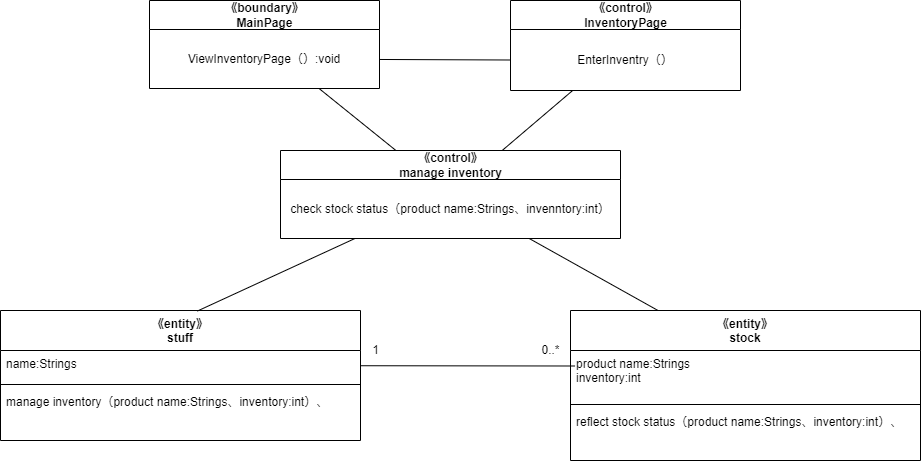
Before: psp4/設計モデルのクラス/設計モデルクラス図_在庫管理.drawio.png, a diagram exported from draw.io (MasakiHiguchi/---). Source tidied: cells renumbered, new cells last; positions are measured from the earlier drawing's top-left corner, leaving out a move shared by most shapes.
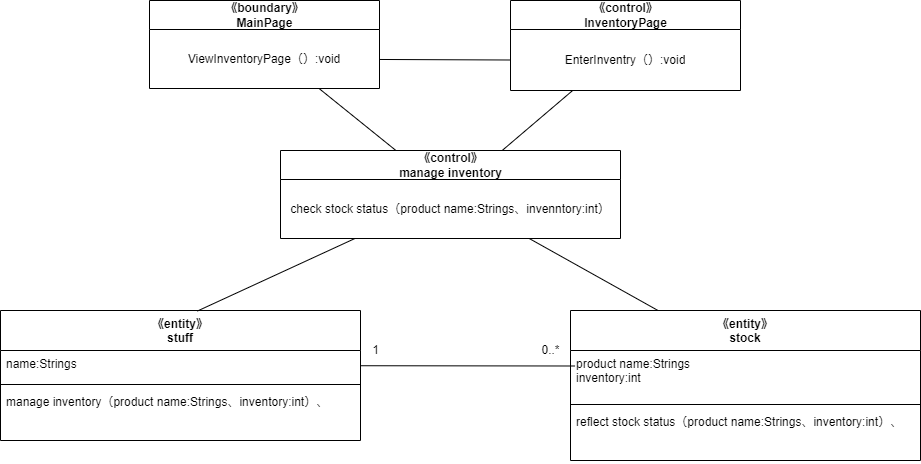
Later version of the same file.

The edit, as a diff of the source:
```diff
@@ -62,7 +62,7 @@
     <mxCell id="21" value="《control》&lt;br&gt;InventoryPage" style="swimlane;fontStyle=1;align=center;verticalAlign=middle;horizontal=1;startSize=29;html=1;" parent="1" vertex="1">
       <mxGeometry x="510" width="230" height="90" as="geometry" />
     </mxCell>
-    <mxCell id="22" value="EnterInventry（）" style="text;html=1;strokeColor=none;fillColor=none;align=center;verticalAlign=middle;spacingLeft=4;spacingRight=4;overflow=hidden;points=[[0,0.5],[1,0.5]];portConstraint=eastwest;" parent="21" vertex="1">
+    <mxCell id="22" value="EnterInventry（）:void" style="text;html=1;strokeColor=none;fillColor=none;align=center;verticalAlign=middle;spacingLeft=4;spacingRight=4;overflow=hidden;points=[[0,0.5],[1,0.5]];portConstraint=eastwest;" parent="21" vertex="1">
       <mxGeometry y="29" width="230" height="61" as="geometry" />
     </mxCell>
     <mxCell id="23" style="edgeStyle=none;html=1;entryX=0;entryY=0.5;entryDx=0;entryDy=0;endArrow=none;endFill=0;" parent="1" edge="1" source="19" target="22">
```
